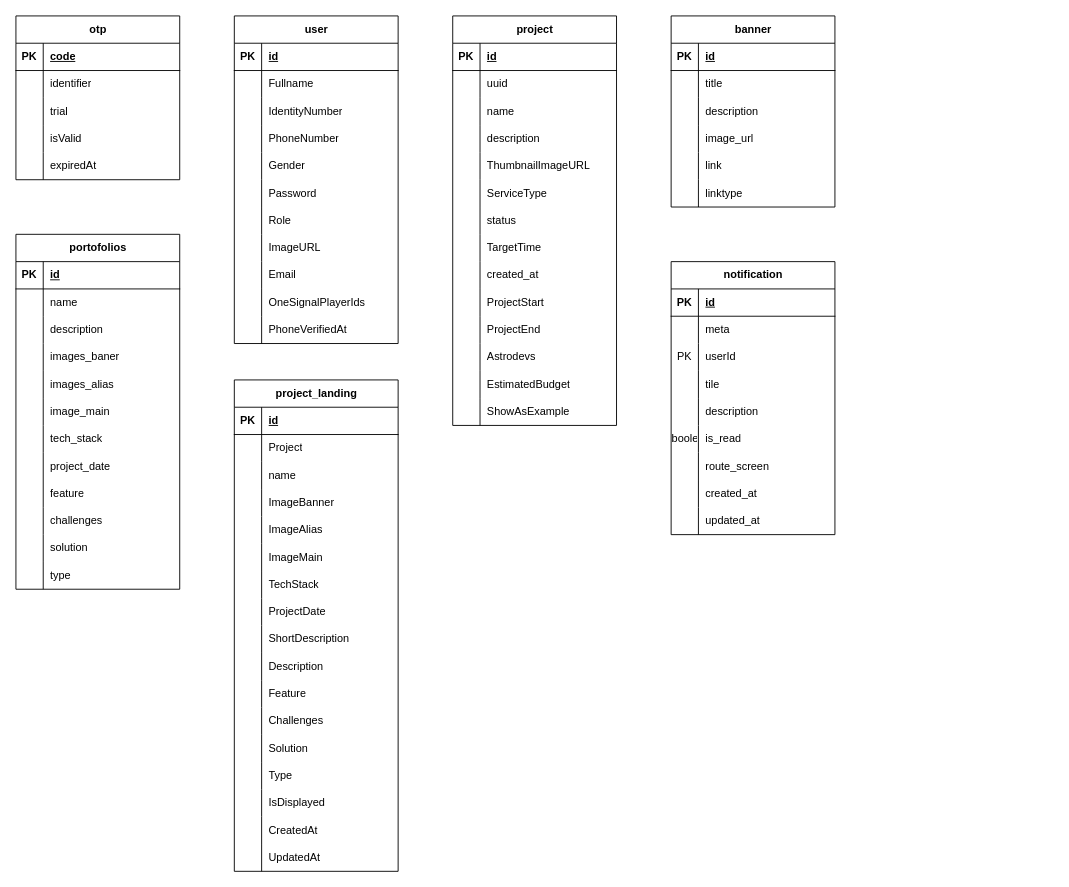
This is starspace/db_codespacex.drawio from DemoNicky/technical-test, a draw.io file, before an edit. Source tidied: cells renumbered, new cells numbered last; positions are measured from the earlier drawing's top-left corner, leaving out a move shared by most shapes. Both pictures are drawn from the tidied source at 91%, with x=0, y=0 at pixel (15, 15).
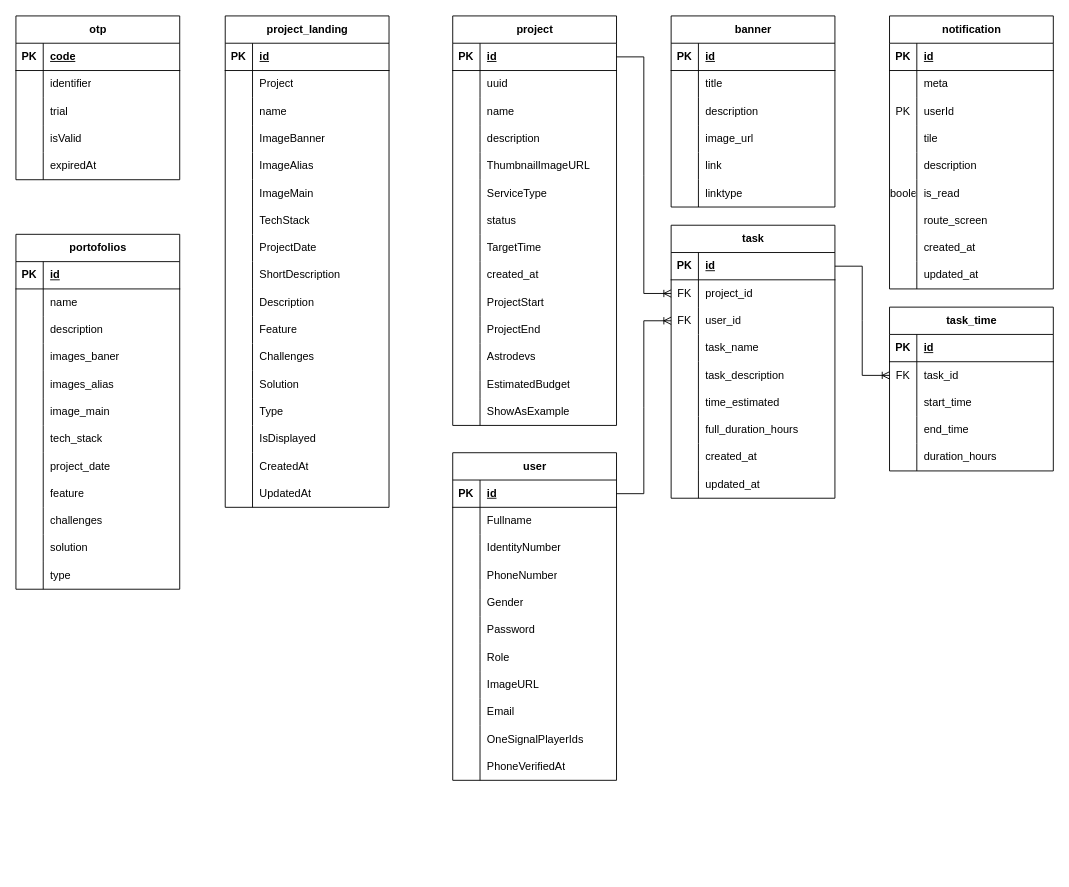
The same page after the edit.

The change refers to these unchanged cells:
```xml
<mxCell id="103" style="shape=tableRow;horizontal=0;startSize=0;swimlaneHead=0;swimlaneBody=0;fillColor=none;points=[[0,0.5],[1,0.5]];portConstraint=eastwest;top=0;left=0;right=0;bottom=1;" parent="102" vertex="1">
  <mxGeometry y="30" width="180" height="30" as="geometry" />
</mxCell>
<mxCell id="198" style="shape=tableRow;horizontal=0;startSize=0;swimlaneHead=0;swimlaneBody=0;fillColor=none;points=[[0,0.5],[1,0.5]];portConstraint=eastwest;top=0;left=0;right=0;bottom=1;" parent="197" vertex="1">
  <mxGeometry y="30" width="180" height="30" as="geometry" />
</mxCell>
```

Diff of the diagram source:
```diff
@@
     <mxCell id="37" value="notification" style="shape=table;startSize=30;childLayout=tableLayout;rowLines=0;fontStyle=1;align=center;html=1;" parent="1" vertex="1">
-      <mxGeometry x="720" y="270" width="180" height="300" as="geometry" />
+      <mxGeometry x="960" width="180" height="300" as="geometry" />
     </mxCell>
@@
     <mxCell id="145" value="project_landing" style="shape=table;startSize=30;childLayout=tableLayout;rowLines=0;fontStyle=1;align=center;html=1;" parent="1" vertex="1">
-      <mxGeometry x="240" y="400" width="180" height="540" as="geometry" />
+      <mxGeometry x="230" width="180" height="540" as="geometry" />
     </mxCell>
@@
     <mxCell id="197" value="user" style="shape=table;startSize=30;childLayout=tableLayout;rowLines=0;fontStyle=1;align=center;html=1;" parent="1" vertex="1">
-      <mxGeometry x="240" width="180" height="360" as="geometry" />
+      <mxGeometry x="480" y="480" width="180" height="360" as="geometry" />
     </mxCell>
@@
+    <mxCell id="231" value="task" style="shape=table;startSize=30;childLayout=tableLayout;rowLines=0;fontStyle=1;align=center;html=1;" parent="1" vertex="1">
+      <mxGeometry x="720" y="230" width="180" height="300" as="geometry" />
+    </mxCell>
+    <mxCell id="232" style="shape=tableRow;horizontal=0;startSize=0;swimlaneHead=0;swimlaneBody=0;fillColor=none;points=[[0,0.5],[1,0.5]];portConstraint=eastwest;top=0;left=0;right=0;bottom=1;" parent="231" vertex="1">
+      <mxGeometry y="30" width="180" height="30" as="geometry" />
+    </mxCell>
+    <mxCell id="233" value="PK" style="shape=partialRectangle;fillColor=none;top=0;left=0;bottom=0;right=0;fontStyle=1;overflow=hidden;whiteSpace=wrap;html=1;" parent="232" vertex="1">
+      <mxGeometry width="30" height="30" as="geometry" />
+    </mxCell>
+    <mxCell id="234" value="id" style="shape=partialRectangle;fillColor=none;top=0;left=0;bottom=0;right=0;align=left;spacingLeft=6;fontStyle=5;overflow=hidden;whiteSpace=wrap;html=1;" parent="232" vertex="1">
+      <mxGeometry x="30" width="150" height="30" as="geometry" />
+    </mxCell>
+    <mxCell id="235" style="shape=tableRow;horizontal=0;startSize=0;swimlaneHead=0;swimlaneBody=0;fillColor=none;points=[[0,0.5],[1,0.5]];portConstraint=eastwest;top=0;left=0;right=0;bottom=0;" parent="231" vertex="1">
+      <mxGeometry y="60" width="180" height="30" as="geometry" />
+    </mxCell>
+    <mxCell id="236" value="FK" style="shape=partialRectangle;fillColor=none;top=0;left=0;bottom=0;right=0;overflow=hidden;whiteSpace=wrap;html=1;" parent="235" vertex="1">
+      <mxGeometry width="30" height="30" as="geometry" />
+    </mxCell>
+    <mxCell id="237" value="project_id" style="shape=partialRectangle;fillColor=none;top=0;left=0;bottom=0;right=0;align=left;spacingLeft=6;overflow=hidden;whiteSpace=wrap;html=1;" parent="235" vertex="1">
+      <mxGeometry x="30" width="150" height="30" as="geometry" />
+    </mxCell>
+    <mxCell id="238" style="shape=tableRow;horizontal=0;startSize=0;swimlaneHead=0;swimlaneBody=0;fillColor=none;points=[[0,0.5],[1,0.5]];portConstraint=eastwest;top=0;left=0;right=0;bottom=0;" parent="231" vertex="1">
+      <mxGeometry y="90" width="180" height="30" as="geometry" />
+    </mxCell>
+    <mxCell id="239" value="FK" style="shape=partialRectangle;fillColor=none;top=0;left=0;bottom=0;right=0;overflow=hidden;whiteSpace=wrap;html=1;" parent="238" vertex="1">
+      <mxGeometry width="30" height="30" as="geometry" />
+    </mxCell>
+    <mxCell id="240" value="user_id" style="shape=partialRectangle;fillColor=none;top=0;left=0;bottom=0;right=0;align=left;spacingLeft=6;overflow=hidden;whiteSpace=wrap;html=1;" parent="238" vertex="1">
+      <mxGeometry x="30" width="150" height="30" as="geometry" />
+    </mxCell>
+    <mxCell id="241" style="shape=tableRow;horizontal=0;startSize=0;swimlaneHead=0;swimlaneBody=0;fillColor=none;top=0;left=0;right=0;bottom=0;" parent="231" vertex="1">
+      <mxGeometry y="120" width="180" height="30" as="geometry" />
+    </mxCell>
+    <mxCell id="242" style="shape=partialRectangle;fillColor=none;top=0;left=0;bottom=0;right=0;overflow=hidden;whiteSpace=wrap;html=1;" parent="241" vertex="1">
+      <mxGeometry width="30" height="30" as="geometry" />
+    </mxCell>
+    <mxCell id="243" value="task_name" style="shape=partialRectangle;fillColor=none;top=0;left=0;bottom=0;right=0;align=left;spacingLeft=6;overflow=hidden;whiteSpace=wrap;html=1;" parent="241" vertex="1">
+      <mxGeometry x="30" width="150" height="30" as="geometry" />
+    </mxCell>
+    <mxCell id="244" style="shape=tableRow;horizontal=0;startSize=0;swimlaneHead=0;swimlaneBody=0;fillColor=none;top=0;left=0;right=0;bottom=0;" parent="231" vertex="1">
+      <mxGeometry y="150" width="180" height="30" as="geometry" />
+    </mxCell>
+    <mxCell id="245" style="shape=partialRectangle;fillColor=none;top=0;left=0;bottom=0;right=0;overflow=hidden;whiteSpace=wrap;html=1;" parent="244" vertex="1">
+      <mxGeometry width="30" height="30" as="geometry" />
+    </mxCell>
+    <mxCell id="246" value="task_description" style="shape=partialRectangle;fillColor=none;top=0;left=0;bottom=0;right=0;align=left;spacingLeft=6;overflow=hidden;whiteSpace=wrap;html=1;" parent="244" vertex="1">
+      <mxGeometry x="30" width="150" height="30" as="geometry" />
+    </mxCell>
+    <mxCell id="247" style="shape=tableRow;horizontal=0;startSize=0;swimlaneHead=0;swimlaneBody=0;fillColor=none;top=0;left=0;right=0;bottom=0;" parent="231" vertex="1">
+      <mxGeometry y="180" width="180" height="30" as="geometry" />
+    </mxCell>
+    <mxCell id="248" style="shape=partialRectangle;fillColor=none;top=0;left=0;bottom=0;right=0;overflow=hidden;whiteSpace=wrap;html=1;" parent="247" vertex="1">
+      <mxGeometry width="30" height="30" as="geometry" />
+    </mxCell>
+    <mxCell id="249" value="time_estimated" style="shape=partialRectangle;fillColor=none;top=0;left=0;bottom=0;right=0;align=left;spacingLeft=6;overflow=hidden;whiteSpace=wrap;html=1;" parent="247" vertex="1">
+      <mxGeometry x="30" width="150" height="30" as="geometry" />
+    </mxCell>
+    <mxCell id="250" style="shape=tableRow;horizontal=0;startSize=0;swimlaneHead=0;swimlaneBody=0;fillColor=none;top=0;left=0;right=0;bottom=0;" parent="231" vertex="1">
+      <mxGeometry y="210" width="180" height="30" as="geometry" />
+    </mxCell>
+    <mxCell id="251" style="shape=partialRectangle;fillColor=none;top=0;left=0;bottom=0;right=0;overflow=hidden;whiteSpace=wrap;html=1;" parent="250" vertex="1">
+      <mxGeometry width="30" height="30" as="geometry" />
+    </mxCell>
+    <mxCell id="252" value="full_duration_hours" style="shape=partialRectangle;fillColor=none;top=0;left=0;bottom=0;right=0;align=left;spacingLeft=6;overflow=hidden;whiteSpace=wrap;html=1;" parent="250" vertex="1">
+      <mxGeometry x="30" width="150" height="30" as="geometry" />
+    </mxCell>
+    <mxCell id="253" style="shape=tableRow;horizontal=0;startSize=0;swimlaneHead=0;swimlaneBody=0;fillColor=none;top=0;left=0;right=0;bottom=0;" parent="231" vertex="1">
+      <mxGeometry y="240" width="180" height="30" as="geometry" />
+    </mxCell>
+    <mxCell id="254" style="shape=partialRectangle;fillColor=none;top=0;left=0;bottom=0;right=0;overflow=hidden;whiteSpace=wrap;html=1;" parent="253" vertex="1">
+      <mxGeometry width="30" height="30" as="geometry" />
+    </mxCell>
+    <mxCell id="255" value="created_at" style="shape=partialRectangle;fillColor=none;top=0;left=0;bottom=0;right=0;align=left;spacingLeft=6;overflow=hidden;whiteSpace=wrap;html=1;" parent="253" vertex="1">
+      <mxGeometry x="30" width="150" height="30" as="geometry" />
+    </mxCell>
+    <mxCell id="256" style="shape=tableRow;horizontal=0;startSize=0;swimlaneHead=0;swimlaneBody=0;fillColor=none;top=0;left=0;right=0;bottom=0;" parent="231" vertex="1">
+      <mxGeometry y="270" width="180" height="30" as="geometry" />
+    </mxCell>
+    <mxCell id="257" style="shape=partialRectangle;fillColor=none;top=0;left=0;bottom=0;right=0;overflow=hidden;whiteSpace=wrap;html=1;" parent="256" vertex="1">
+      <mxGeometry width="30" height="30" as="geometry" />
+    </mxCell>
+    <mxCell id="258" value="updated_at" style="shape=partialRectangle;fillColor=none;top=0;left=0;bottom=0;right=0;align=left;spacingLeft=6;overflow=hidden;whiteSpace=wrap;html=1;" parent="256" vertex="1">
+      <mxGeometry x="30" width="150" height="30" as="geometry" />
+    </mxCell>
+    <mxCell id="259" value="task_time" style="shape=table;startSize=30;childLayout=tableLayout;rowLines=0;fontStyle=1;align=center;html=1;" parent="1" vertex="1">
+      <mxGeometry x="960" y="320" width="180" height="180" as="geometry" />
+    </mxCell>
+    <mxCell id="260" style="shape=tableRow;horizontal=0;startSize=0;swimlaneHead=0;swimlaneBody=0;fillColor=none;top=0;left=0;right=0;bottom=1;" parent="259" vertex="1">
+      <mxGeometry y="30" width="180" height="30" as="geometry" />
+    </mxCell>
+    <mxCell id="261" value="PK" style="shape=partialRectangle;fillColor=none;top=0;left=0;bottom=0;right=0;fontStyle=1;overflow=hidden;whiteSpace=wrap;html=1;" parent="260" vertex="1">
+      <mxGeometry width="30" height="30" as="geometry" />
+    </mxCell>
+    <mxCell id="262" value="id" style="shape=partialRectangle;fillColor=none;top=0;left=0;bottom=0;right=0;align=left;spacingLeft=6;fontStyle=5;overflow=hidden;whiteSpace=wrap;html=1;" parent="260" vertex="1">
+      <mxGeometry x="30" width="150" height="30" as="geometry" />
+    </mxCell>
+    <mxCell id="263" style="shape=tableRow;horizontal=0;startSize=0;swimlaneHead=0;swimlaneBody=0;fillColor=none;points=[[0,0.5],[1,0.5]];portConstraint=eastwest;top=0;left=0;right=0;bottom=0;" parent="259" vertex="1">
+      <mxGeometry y="60" width="180" height="30" as="geometry" />
+    </mxCell>
+    <mxCell id="264" value="FK" style="shape=partialRectangle;fillColor=none;top=0;left=0;bottom=0;right=0;overflow=hidden;whiteSpace=wrap;html=1;" parent="263" vertex="1">
+      <mxGeometry width="30" height="30" as="geometry" />
+    </mxCell>
+    <mxCell id="265" value="task_id" style="shape=partialRectangle;fillColor=none;top=0;left=0;bottom=0;right=0;align=left;spacingLeft=6;overflow=hidden;whiteSpace=wrap;html=1;" parent="263" vertex="1">
+      <mxGeometry x="30" width="150" height="30" as="geometry" />
+    </mxCell>
+    <mxCell id="266" style="shape=tableRow;horizontal=0;startSize=0;swimlaneHead=0;swimlaneBody=0;fillColor=none;top=0;left=0;right=0;bottom=0;" parent="259" vertex="1">
+      <mxGeometry y="90" width="180" height="30" as="geometry" />
+    </mxCell>
+    <mxCell id="267" style="shape=partialRectangle;fillColor=none;top=0;left=0;bottom=0;right=0;overflow=hidden;whiteSpace=wrap;html=1;" parent="266" vertex="1">
+      <mxGeometry width="30" height="30" as="geometry" />
+    </mxCell>
+    <mxCell id="268" value="start_time" style="shape=partialRectangle;fillColor=none;top=0;left=0;bottom=0;right=0;align=left;spacingLeft=6;overflow=hidden;whiteSpace=wrap;html=1;" parent="266" vertex="1">
+      <mxGeometry x="30" width="150" height="30" as="geometry" />
+    </mxCell>
+    <mxCell id="269" style="shape=tableRow;horizontal=0;startSize=0;swimlaneHead=0;swimlaneBody=0;fillColor=none;top=0;left=0;right=0;bottom=0;" parent="259" vertex="1">
+      <mxGeometry y="120" width="180" height="30" as="geometry" />
+    </mxCell>
+    <mxCell id="270" style="shape=partialRectangle;fillColor=none;top=0;left=0;bottom=0;right=0;overflow=hidden;whiteSpace=wrap;html=1;" parent="269" vertex="1">
+      <mxGeometry width="30" height="30" as="geometry" />
+    </mxCell>
+    <mxCell id="271" value="end_time" style="shape=partialRectangle;fillColor=none;top=0;left=0;bottom=0;right=0;align=left;spacingLeft=6;overflow=hidden;whiteSpace=wrap;html=1;" parent="269" vertex="1">
+      <mxGeometry x="30" width="150" height="30" as="geometry" />
+    </mxCell>
+    <mxCell id="272" style="shape=tableRow;horizontal=0;startSize=0;swimlaneHead=0;swimlaneBody=0;fillColor=none;top=0;left=0;right=0;bottom=0;" parent="259" vertex="1">
+      <mxGeometry y="150" width="180" height="30" as="geometry" />
+    </mxCell>
+    <mxCell id="273" style="shape=partialRectangle;fillColor=none;top=0;left=0;bottom=0;right=0;overflow=hidden;whiteSpace=wrap;html=1;" parent="272" vertex="1">
+      <mxGeometry width="30" height="30" as="geometry" />
+    </mxCell>
+    <mxCell id="274" value="duration_hours" style="shape=partialRectangle;fillColor=none;top=0;left=0;bottom=0;right=0;align=left;spacingLeft=6;overflow=hidden;whiteSpace=wrap;html=1;" parent="272" vertex="1">
+      <mxGeometry x="30" width="150" height="30" as="geometry" />
+    </mxCell>
+    <mxCell id="275" style="edgeStyle=entityRelationEdgeStyle;fontSize=12;html=1;endArrow=ERoneToMany;rounded=0;exitX=1;exitY=0.5;exitDx=0;exitDy=0;entryX=0;entryY=0.5;entryDx=0;entryDy=0;" parent="1" edge="1" source="103" target="235">
+      <mxGeometry relative="1" as="geometry" />
+    </mxCell>
+    <mxCell id="276" style="edgeStyle=entityRelationEdgeStyle;fontSize=12;html=1;endArrow=ERoneToMany;rounded=0;exitX=1;exitY=0.5;exitDx=0;exitDy=0;entryX=0;entryY=0.5;entryDx=0;entryDy=0;" parent="1" edge="1" source="198" target="238">
+      <mxGeometry relative="1" as="geometry" />
+    </mxCell>
+    <mxCell id="277" style="edgeStyle=entityRelationEdgeStyle;fontSize=12;html=1;endArrow=ERoneToMany;rounded=0;exitX=1;exitY=0.5;exitDx=0;exitDy=0;entryX=0;entryY=0.5;entryDx=0;entryDy=0;" parent="1" edge="1" source="232" target="263">
+      <mxGeometry relative="1" as="geometry" />
+    </mxCell>
```
